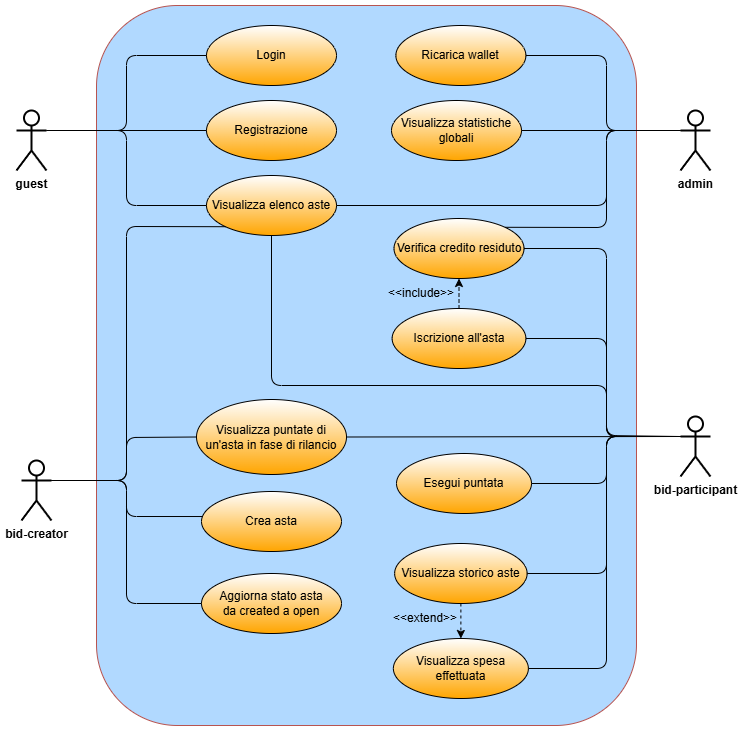
Above: documentazione/diagramma_casi_uso.png in Sebastianelli-Nicola/ProgettoPA (draw.io), before the change. Source tidied: cells renumbered, new cells last; positions are measured from the earlier drawing's top-left corner, leaving out a move shared by most shapes.
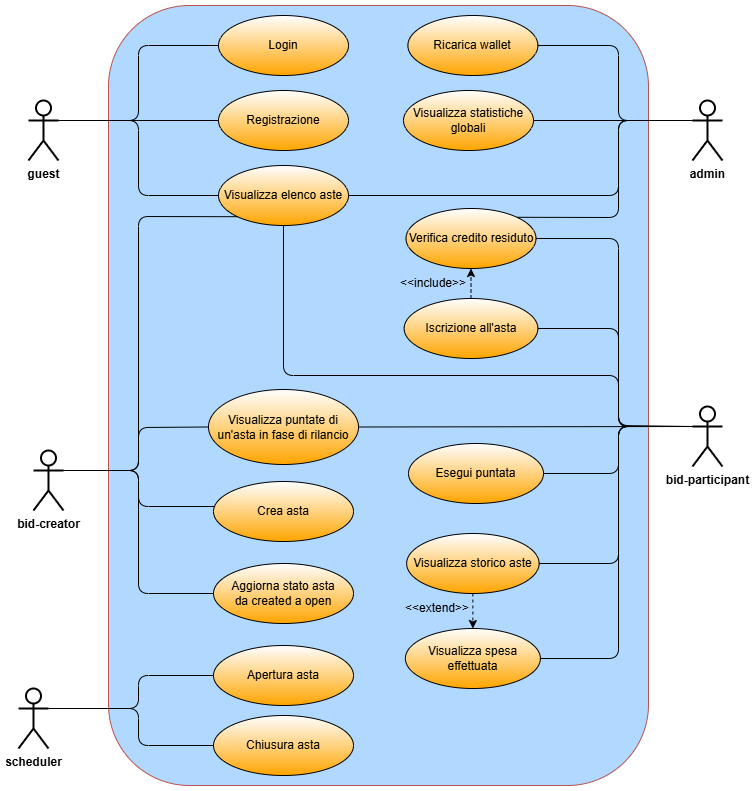
After the commit.

Change to the diagram source:
```diff
@@ -3,7 +3,7 @@
     <mxCell id="0" />
     <mxCell id="1" parent="0" />
     <mxCell id="2" style="rounded=1;whiteSpace=wrap;html=1;fillColor=#B1D9FF;strokeColor=#b85450;align=left;" parent="1" vertex="1">
-      <mxGeometry x="80" width="540" height="720" as="geometry" />
+      <mxGeometry x="80" y="10" width="540" height="780" as="geometry" />
     </mxCell>
     <mxCell id="3" value="admin" style="shape=umlActor;verticalLabelPosition=bottom;verticalAlign=top;html=1;fontStyle=1;strokeWidth=2;" parent="1" vertex="1">
       <mxGeometry x="664" y="105" width="30" height="60" as="geometry" />
@@ -199,5 +199,30 @@
         </Array>
       </mxGeometry>
     </mxCell>
+    <mxCell id="42" value="Apertura asta" style="ellipse;whiteSpace=wrap;html=1;gradientColor=#FFA500;fontStyle=0;" parent="1" vertex="1">
+      <mxGeometry x="185" y="650" width="140" height="60" as="geometry" />
+    </mxCell>
+    <mxCell id="43" value="Chiusura asta" style="ellipse;whiteSpace=wrap;html=1;gradientColor=#FFA500;fontStyle=0;" parent="1" vertex="1">
+      <mxGeometry x="185" y="720" width="140" height="60" as="geometry" />
+    </mxCell>
+    <mxCell id="44" value="scheduler" style="shape=umlActor;verticalLabelPosition=bottom;verticalAlign=top;html=1;fontStyle=1;strokeWidth=2;" parent="1" vertex="1">
+      <mxGeometry x="-10" y="693" width="30" height="60" as="geometry" />
+    </mxCell>
+    <mxCell id="45" style="endArrow=none;html=1;rounded=1;exitX=1;exitY=0.3333333333333333;exitDx=0;exitDy=0;exitPerimeter=0;curved=0;entryX=0;entryY=0.5;entryDx=0;entryDy=0;" parent="1" edge="1" source="44" target="42">
+      <mxGeometry relative="1" as="geometry">
+        <Array as="points">
+          <mxPoint x="110" y="713" />
+          <mxPoint x="110" y="680" />
+        </Array>
+      </mxGeometry>
+    </mxCell>
+    <mxCell id="46" style="endArrow=none;html=1;rounded=1;exitX=1;exitY=0.3333333333333333;exitDx=0;exitDy=0;exitPerimeter=0;entryX=0;entryY=0.5;entryDx=0;entryDy=0;curved=0;" parent="1" edge="1" source="44" target="43">
+      <mxGeometry relative="1" as="geometry">
+        <Array as="points">
+          <mxPoint x="110" y="713" />
+          <mxPoint x="110" y="750" />
+        </Array>
+      </mxGeometry>
+    </mxCell>
   </root>
 </mxGraphModel>
```
